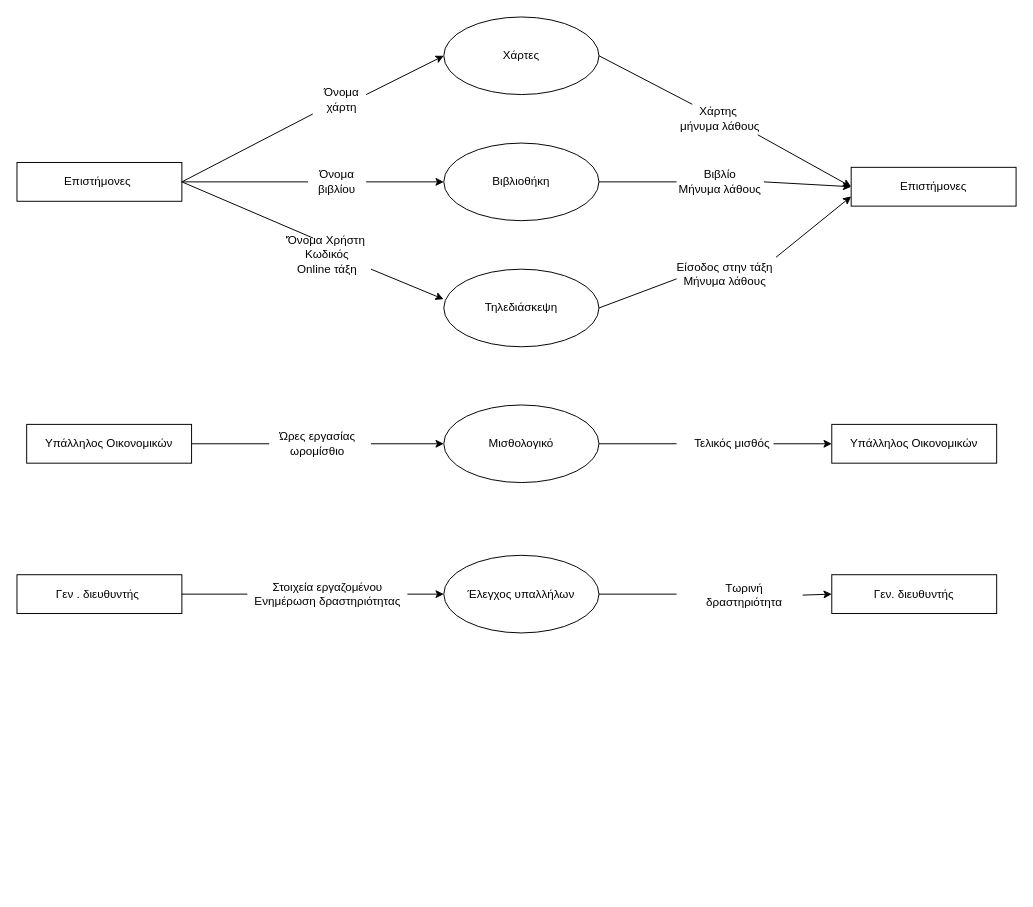
Before: dfd2.drawio in vag4me/Information_system, a draw.io diagram. Source tidied: cells renumbered, new cells numbered last; positions are measured from the earlier drawing's top-left corner, leaving out a move shared by most shapes. Both pictures are drawn from the tidied source at 97%, with x=0, y=0 at pixel (16, 16).
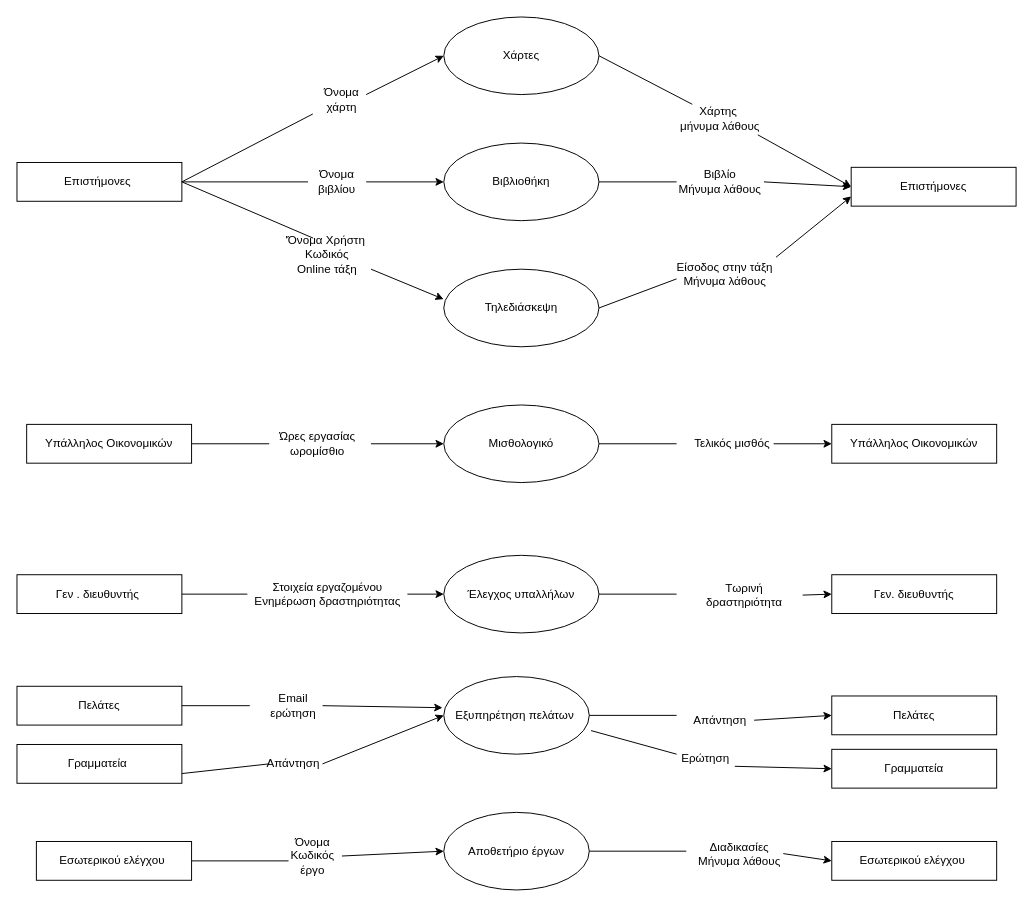
The same diagram, later.

The edit, as a diff of the source:
```diff
@@
+    <mxCell id="43" value="Πελάτες" style="whiteSpace=wrap;html=1;align=center;" parent="1" vertex="1">
+      <mxGeometry y="690" width="170" height="40" as="geometry" />
+    </mxCell>
+    <mxCell id="44" style="endArrow=none;html=1;rounded=0;exitX=1;exitY=0.5;exitDx=0;exitDy=0;" parent="1" edge="1" source="43">
+      <mxGeometry relative="1" as="geometry">
+        <mxPoint x="240" y="710" as="targetPoint" />
+      </mxGeometry>
+    </mxCell>
+    <mxCell id="45" value="Email&lt;br&gt;ερώτηση" style="text;html=1;strokeColor=none;fillColor=none;align=center;verticalAlign=middle;whiteSpace=wrap;rounded=0;" parent="1" vertex="1">
+      <mxGeometry x="255" y="695" width="60" height="30" as="geometry" />
+    </mxCell>
+    <mxCell id="46" value="Εξυπηρέτηση πελάτων&amp;nbsp;" style="ellipse;whiteSpace=wrap;html=1;align=center;" parent="1" vertex="1">
+      <mxGeometry x="440" y="680" width="150" height="80" as="geometry" />
+    </mxCell>
+    <mxCell id="47" style="endArrow=classic;html=1;rounded=0;exitX=1;exitY=0.5;exitDx=0;exitDy=0;entryX=-0.009;entryY=0.401;entryDx=0;entryDy=0;entryPerimeter=0;" parent="1" edge="1" source="45" target="46">
+      <mxGeometry relative="1" as="geometry" />
+    </mxCell>
+    <mxCell id="48" value="Πελάτες" style="whiteSpace=wrap;html=1;align=center;" parent="1" vertex="1">
+      <mxGeometry x="840" y="700" width="170" height="40" as="geometry" />
+    </mxCell>
+    <mxCell id="49" style="endArrow=none;html=1;rounded=0;exitX=1;exitY=0.5;exitDx=0;exitDy=0;" parent="1" edge="1" source="46">
+      <mxGeometry relative="1" as="geometry">
+        <mxPoint x="680" y="720" as="targetPoint" />
+      </mxGeometry>
+    </mxCell>
+    <mxCell id="50" value="Απάντηση" style="text;html=1;strokeColor=none;fillColor=none;align=center;verticalAlign=middle;whiteSpace=wrap;rounded=0;" parent="1" vertex="1">
+      <mxGeometry x="690" y="710" width="70" height="30" as="geometry" />
+    </mxCell>
+    <mxCell id="51" style="endArrow=classic;html=1;rounded=0;exitX=1;exitY=0.5;exitDx=0;exitDy=0;" parent="1" edge="1" source="50">
+      <mxGeometry relative="1" as="geometry">
+        <mxPoint x="840" y="720" as="targetPoint" />
+      </mxGeometry>
+    </mxCell>
+    <mxCell id="52" value="Γραμματεία&amp;nbsp;" style="whiteSpace=wrap;html=1;align=center;" parent="1" vertex="1">
+      <mxGeometry y="750" width="170" height="40" as="geometry" />
+    </mxCell>
+    <mxCell id="53" style="endArrow=none;html=1;rounded=0;exitX=1;exitY=0.75;exitDx=0;exitDy=0;" parent="1" edge="1" source="52">
+      <mxGeometry relative="1" as="geometry">
+        <mxPoint x="260" y="770" as="targetPoint" />
+      </mxGeometry>
+    </mxCell>
+    <mxCell id="54" value="Απάντηση" style="text;html=1;strokeColor=none;fillColor=none;align=center;verticalAlign=middle;whiteSpace=wrap;rounded=0;" parent="1" vertex="1">
+      <mxGeometry x="255" y="755" width="60" height="30" as="geometry" />
+    </mxCell>
+    <mxCell id="55" style="endArrow=classic;html=1;rounded=0;exitX=1;exitY=0.5;exitDx=0;exitDy=0;entryX=0;entryY=0.5;entryDx=0;entryDy=0;" parent="1" edge="1" source="54" target="46">
+      <mxGeometry relative="1" as="geometry" />
+    </mxCell>
+    <mxCell id="56" value="Γραμματεία" style="whiteSpace=wrap;html=1;align=center;" parent="1" vertex="1">
+      <mxGeometry x="840" y="755" width="170" height="40" as="geometry" />
+    </mxCell>
+    <mxCell id="57" style="endArrow=none;html=1;rounded=0;exitX=1.012;exitY=0.696;exitDx=0;exitDy=0;exitPerimeter=0;" parent="1" edge="1" source="46">
+      <mxGeometry relative="1" as="geometry">
+        <mxPoint x="680" y="760" as="targetPoint" />
+      </mxGeometry>
+    </mxCell>
+    <mxCell id="58" value="Ερώτηση" style="text;html=1;strokeColor=none;fillColor=none;align=center;verticalAlign=middle;whiteSpace=wrap;rounded=0;" parent="1" vertex="1">
+      <mxGeometry x="680" y="750" width="60" height="30" as="geometry" />
+    </mxCell>
+    <mxCell id="59" style="endArrow=classic;html=1;rounded=0;exitX=1;exitY=0.75;exitDx=0;exitDy=0;entryX=0;entryY=0.5;entryDx=0;entryDy=0;" parent="1" edge="1" source="58" target="56">
+      <mxGeometry relative="1" as="geometry" />
+    </mxCell>
+    <mxCell id="60" value="Εσωτερικού ελέγχου&amp;nbsp;" style="whiteSpace=wrap;html=1;align=center;" parent="1" vertex="1">
+      <mxGeometry x="20" y="850" width="160" height="40" as="geometry" />
+    </mxCell>
+    <mxCell id="61" value="Αποθετήριο έργων" style="ellipse;whiteSpace=wrap;html=1;align=center;" parent="1" vertex="1">
+      <mxGeometry x="440" y="820" width="150" height="80" as="geometry" />
+    </mxCell>
+    <mxCell id="62" style="endArrow=none;html=1;rounded=0;exitX=1;exitY=0.5;exitDx=0;exitDy=0;" parent="1" edge="1" source="60">
+      <mxGeometry relative="1" as="geometry">
+        <mxPoint x="280" y="870" as="targetPoint" />
+      </mxGeometry>
+    </mxCell>
+    <mxCell id="63" value="Όνομα&lt;br&gt;Κωδικός&lt;br&gt;έργο" style="text;html=1;strokeColor=none;fillColor=none;align=center;verticalAlign=middle;whiteSpace=wrap;rounded=0;" parent="1" vertex="1">
+      <mxGeometry x="275" y="850" width="60" height="30" as="geometry" />
+    </mxCell>
+    <mxCell id="64" style="endArrow=classic;html=1;rounded=0;exitX=1;exitY=0.5;exitDx=0;exitDy=0;entryX=0;entryY=0.5;entryDx=0;entryDy=0;" parent="1" edge="1" source="63" target="61">
+      <mxGeometry relative="1" as="geometry" />
+    </mxCell>
+    <mxCell id="65" value="Εσωτερικού ελέγχου&amp;nbsp;" style="whiteSpace=wrap;html=1;align=center;" parent="1" vertex="1">
+      <mxGeometry x="840" y="850" width="170" height="40" as="geometry" />
+    </mxCell>
+    <mxCell id="66" style="endArrow=none;html=1;rounded=0;exitX=1;exitY=0.5;exitDx=0;exitDy=0;" parent="1" edge="1" source="61">
+      <mxGeometry relative="1" as="geometry">
+        <mxPoint x="690" y="860" as="targetPoint" />
+      </mxGeometry>
+    </mxCell>
+    <mxCell id="67" value="Διαδικασίες&lt;br&gt;Μήνυμα λάθους" style="text;html=1;strokeColor=none;fillColor=none;align=center;verticalAlign=middle;whiteSpace=wrap;rounded=0;" parent="1" vertex="1">
+      <mxGeometry x="700" y="845" width="90" height="35" as="geometry" />
+    </mxCell>
+    <mxCell id="68" style="endArrow=classic;html=1;rounded=0;entryX=0;entryY=0.5;entryDx=0;entryDy=0;exitX=1;exitY=0.5;exitDx=0;exitDy=0;" parent="1" edge="1" source="67" target="65">
+      <mxGeometry relative="1" as="geometry" />
+    </mxCell>
```
